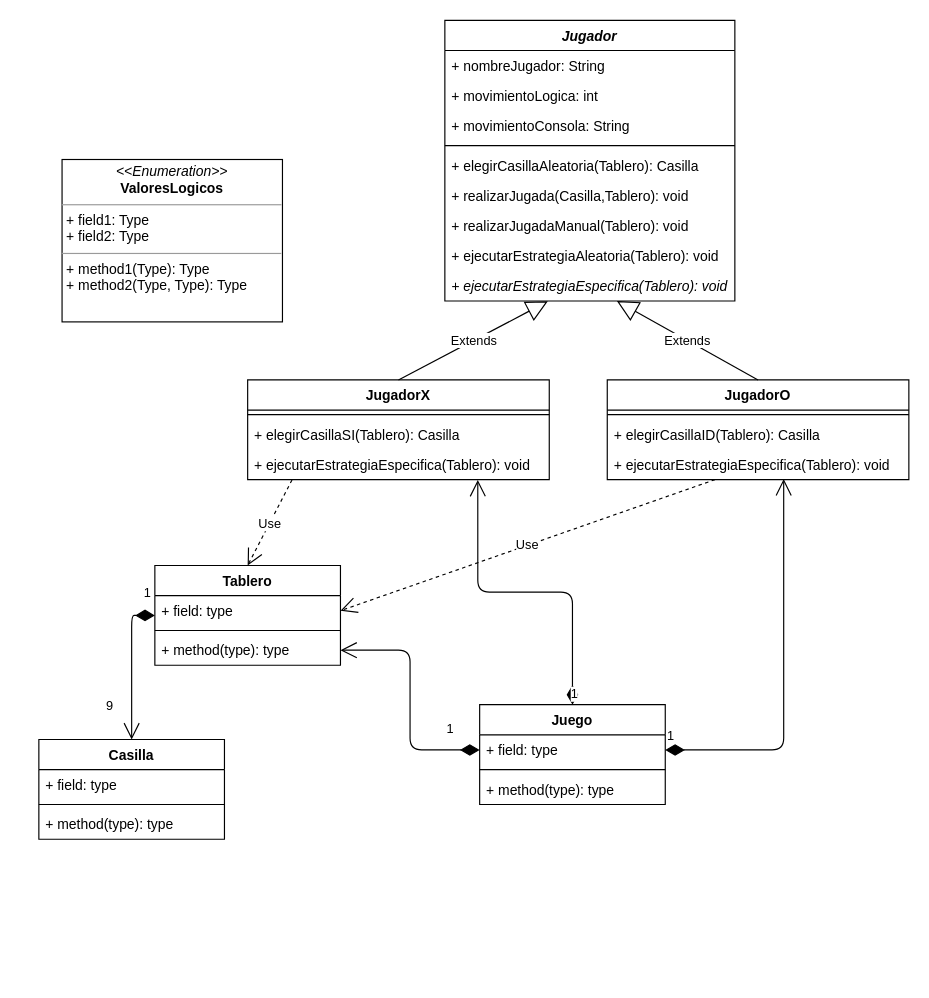
Above: P45/Clase10/UML_TresEnRaya.drawio in luismescobarf/clasesCiclo2 (draw.io), before the change. Source tidied: cells renumbered, new cells numbered last; positions are measured from the earlier drawing's top-left corner, leaving out a move shared by most shapes. Both pictures are drawn from the tidied source at 116%, with x=0, y=0 at pixel (38, 20).
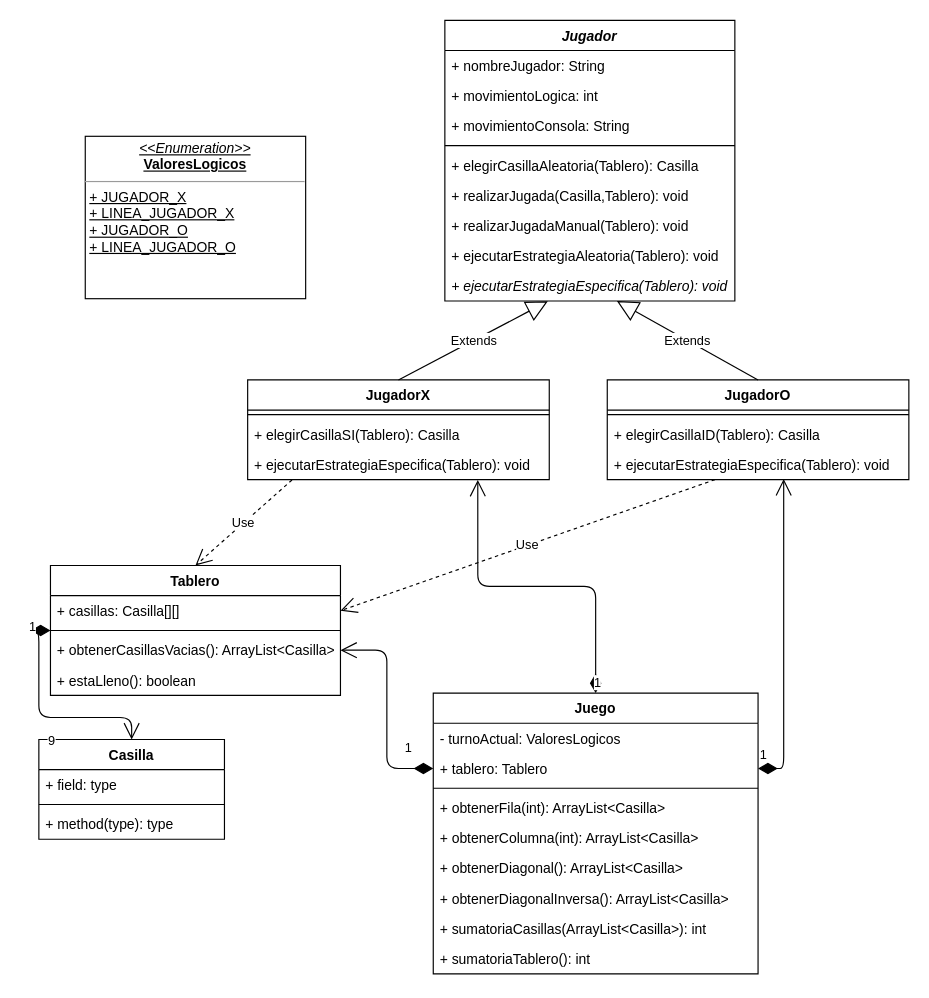
Above is the later version.

What changed in the source:
```diff
@@
     <mxCell id="6" value="Tablero" style="swimlane;fontStyle=1;align=center;verticalAlign=top;horizontal=1;startSize=26;" parent="1" vertex="1">
-      <mxGeometry x="100" y="470" width="160" height="86" as="geometry" />
+      <mxGeometry x="10" y="470" width="250" height="112" as="geometry" />
     </mxCell>
-    <mxCell id="7" value="+ field: type" style="text;strokeColor=none;fillColor=none;align=left;verticalAlign=top;spacingLeft=4;spacingRight=4;overflow=hidden;points=[[0,0.5],[1,0.5]];portConstraint=eastwest;" parent="6" vertex="1">
-      <mxGeometry y="26" width="160" height="26" as="geometry" />
+    <mxCell id="7" value="+ casillas: Casilla[][]" style="text;strokeColor=none;fillColor=none;align=left;verticalAlign=top;spacingLeft=4;spacingRight=4;overflow=hidden;points=[[0,0.5],[1,0.5]];portConstraint=eastwest;" parent="6" vertex="1">
+      <mxGeometry y="26" width="250" height="26" as="geometry" />
     </mxCell>
     <mxCell id="8" style="line;strokeWidth=1;fillColor=none;align=left;verticalAlign=middle;spacingTop=-1;spacingLeft=3;spacingRight=3;labelPosition=right;" parent="6" vertex="1">
-      <mxGeometry y="52" width="160" height="8" as="geometry" />
+      <mxGeometry y="52" width="250" height="8" as="geometry" />
     </mxCell>
-    <mxCell id="9" value="+ method(type): type" style="text;strokeColor=none;fillColor=none;align=left;verticalAlign=top;spacingLeft=4;spacingRight=4;overflow=hidden;points=[[0,0.5],[1,0.5]];portConstraint=eastwest;" parent="6" vertex="1">
-      <mxGeometry y="60" width="160" height="26" as="geometry" />
+    <mxCell id="9" value="+ obtenerCasillasVacias(): ArrayList&lt;Casilla&gt;" style="text;strokeColor=none;fillColor=none;align=left;verticalAlign=top;spacingLeft=4;spacingRight=4;overflow=hidden;points=[[0,0.5],[1,0.5]];portConstraint=eastwest;" parent="6" vertex="1">
+      <mxGeometry y="60" width="250" height="26" as="geometry" />
     </mxCell>
+    <mxCell id="42" value="+ estaLleno(): boolean" style="text;strokeColor=none;fillColor=none;align=left;verticalAlign=top;spacingLeft=4;spacingRight=4;overflow=hidden;" parent="6" vertex="1">
+      <mxGeometry y="86" width="250" height="26" as="geometry" />
+    </mxCell>
@@
     <mxCell id="34" value="Juego" style="swimlane;fontStyle=1;align=center;verticalAlign=top;horizontal=1;startSize=26;" parent="1" vertex="1">
-      <mxGeometry x="380" y="590" width="160" height="86" as="geometry" />
+      <mxGeometry x="340" y="580" width="280" height="242" as="geometry" />
     </mxCell>
+    <mxCell id="43" value="- turnoActual: ValoresLogicos" style="text;strokeColor=none;fillColor=none;align=left;verticalAlign=top;spacingLeft=4;spacingRight=4;overflow=hidden;" parent="34" vertex="1">
+      <mxGeometry y="26" width="280" height="26" as="geometry" />
+    </mxCell>
-    <mxCell id="35" value="+ field: type" style="text;strokeColor=none;fillColor=none;align=left;verticalAlign=top;spacingLeft=4;spacingRight=4;overflow=hidden;points=[[0,0.5],[1,0.5]];portConstraint=eastwest;" parent="34" vertex="1">
-      <mxGeometry y="26" width="160" height="26" as="geometry" />
+    <mxCell id="35" value="+ tablero: Tablero" style="text;strokeColor=none;fillColor=none;align=left;verticalAlign=top;spacingLeft=4;spacingRight=4;overflow=hidden;points=[[0,0.5],[1,0.5]];portConstraint=eastwest;" parent="34" vertex="1">
+      <mxGeometry y="52" width="280" height="26" as="geometry" />
     </mxCell>
     <mxCell id="36" style="line;strokeWidth=1;fillColor=none;align=left;verticalAlign=middle;spacingTop=-1;spacingLeft=3;spacingRight=3;labelPosition=right;" parent="34" vertex="1">
-      <mxGeometry y="52" width="160" height="8" as="geometry" />
+      <mxGeometry y="78" width="280" height="8" as="geometry" />
     </mxCell>
-    <mxCell id="37" value="+ method(type): type" style="text;strokeColor=none;fillColor=none;align=left;verticalAlign=top;spacingLeft=4;spacingRight=4;overflow=hidden;" parent="34" vertex="1">
-      <mxGeometry y="60" width="160" height="26" as="geometry" />
+    <mxCell id="37" value="+ obtenerFila(int): ArrayList&lt;Casilla&gt;" style="text;strokeColor=none;fillColor=none;align=left;verticalAlign=top;spacingLeft=4;spacingRight=4;overflow=hidden;" parent="34" vertex="1">
+      <mxGeometry y="86" width="280" height="26" as="geometry" />
     </mxCell>
+    <mxCell id="44" value="+ obtenerColumna(int): ArrayList&lt;Casilla&gt;" style="text;strokeColor=none;fillColor=none;align=left;verticalAlign=top;spacingLeft=4;spacingRight=4;overflow=hidden;" parent="34" vertex="1">
+      <mxGeometry y="112" width="280" height="26" as="geometry" />
+    </mxCell>
+    <mxCell id="45" value="+ obtenerDiagonal(): ArrayList&lt;Casilla&gt;" style="text;strokeColor=none;fillColor=none;align=left;verticalAlign=top;spacingLeft=4;spacingRight=4;overflow=hidden;" parent="34" vertex="1">
+      <mxGeometry y="138" width="280" height="26" as="geometry" />
+    </mxCell>
+    <mxCell id="46" value="+ obtenerDiagonalInversa(): ArrayList&lt;Casilla&gt;" style="text;strokeColor=none;fillColor=none;align=left;verticalAlign=top;spacingLeft=4;spacingRight=4;overflow=hidden;" parent="34" vertex="1">
+      <mxGeometry y="164" width="280" height="26" as="geometry" />
+    </mxCell>
+    <mxCell id="47" value="+ sumatoriaCasillas(ArrayList&lt;Casilla&gt;): int" style="text;strokeColor=none;fillColor=none;align=left;verticalAlign=top;spacingLeft=4;spacingRight=4;overflow=hidden;" parent="34" vertex="1">
+      <mxGeometry y="190" width="280" height="26" as="geometry" />
+    </mxCell>
+    <mxCell id="48" value="+ sumatoriaTablero(): int" style="text;strokeColor=none;fillColor=none;align=left;verticalAlign=top;spacingLeft=4;spacingRight=4;overflow=hidden;" parent="34" vertex="1">
+      <mxGeometry y="216" width="280" height="26" as="geometry" />
+    </mxCell>
@@
-    <mxCell id="41" value="&lt;p style=&quot;margin: 0px ; margin-top: 4px ; text-align: center&quot;&gt;&lt;i&gt;&amp;lt;&amp;lt;Enumeration&amp;gt;&amp;gt;&lt;/i&gt;&lt;br&gt;&lt;b&gt;ValoresLogicos&lt;/b&gt;&lt;/p&gt;&lt;hr size=&quot;1&quot;&gt;&lt;p style=&quot;margin: 0px ; margin-left: 4px&quot;&gt;+ field1: Type&lt;br&gt;+ field2: Type&lt;/p&gt;&lt;hr size=&quot;1&quot;&gt;&lt;p style=&quot;margin: 0px ; margin-left: 4px&quot;&gt;+ method1(Type): Type&lt;br&gt;+ method2(Type, Type): Type&lt;/p&gt;" style="verticalAlign=top;align=left;overflow=fill;fontSize=12;fontFamily=Helvetica;html=1;" parent="1" vertex="1">
-      <mxGeometry x="20" y="120" width="190" height="140" as="geometry" />
+    <mxCell id="41" value="&lt;p style=&quot;margin: 0px ; margin-top: 4px ; text-align: center&quot;&gt;&lt;u&gt;&lt;i&gt;&amp;lt;&amp;lt;Enumeration&amp;gt;&amp;gt;&lt;/i&gt;&lt;br&gt;&lt;b&gt;ValoresLogicos&lt;/b&gt;&lt;/u&gt;&lt;/p&gt;&lt;hr size=&quot;1&quot;&gt;&lt;p style=&quot;margin: 0px ; margin-left: 4px&quot;&gt;&lt;u&gt;+ JUGADOR_X&lt;/u&gt;&lt;br&gt;&lt;u&gt;+ LINEA_JUGADOR_X&lt;/u&gt;&lt;/p&gt;&lt;p style=&quot;margin: 0px ; margin-left: 4px&quot;&gt;&lt;u&gt;+ JUGADOR_O&lt;/u&gt;&lt;br&gt;&lt;u&gt;+ LINEA_JUGADOR_O&lt;/u&gt;&lt;u&gt;&lt;br&gt;&lt;/u&gt;&lt;/p&gt;" style="verticalAlign=top;align=left;overflow=fill;fontSize=12;fontFamily=Helvetica;html=1;" parent="1" vertex="1">
+      <mxGeometry x="40" y="100" width="190" height="140" as="geometry" />
     </mxCell>
```
